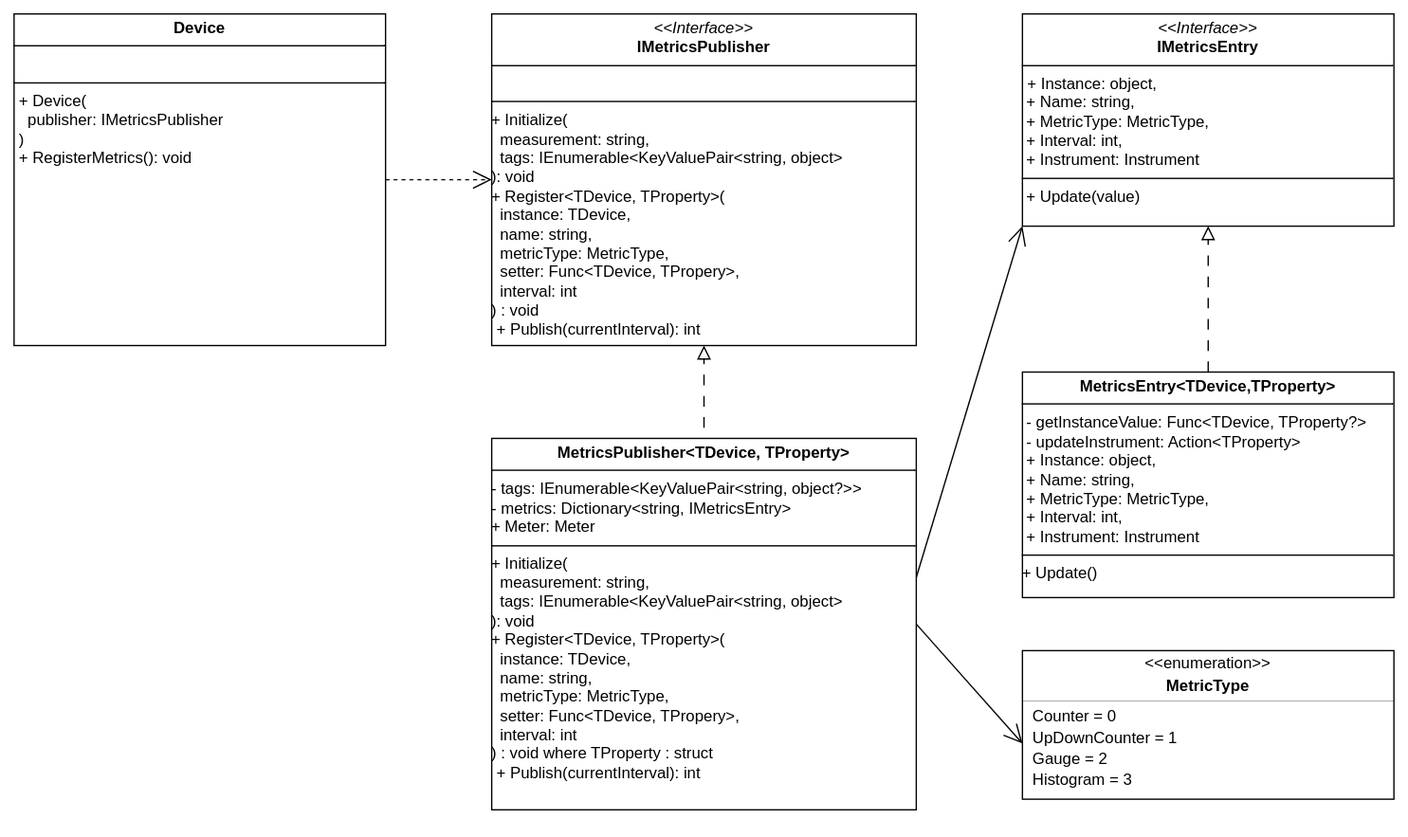
This is Docs/Metrics Publisher Design.drawio.svg from PKaelin/paskalon.ppc, a draw.io export, as it was before one commit. Source tidied: cells renumbered, new cells last; positions are measured from the earlier drawing's top-left corner, leaving out a move shared by most shapes. Its diagram source:
```xml
<mxGraphModel>
  <root>
    <mxCell id="0" />
    <mxCell id="1" parent="0" />
    <mxCell id="2" style="endArrow=block;html=1;rounded=0;endFill=0;startSize=8;endSize=8;dashed=1;dashPattern=8 8;entryX=0.5;entryY=1;entryDx=0;entryDy=0;exitX=0.5;exitY=0;exitDx=0;exitDy=0;" parent="1" edge="1" source="18" target="17">
      <mxGeometry relative="1" as="geometry" />
    </mxCell>
    <mxCell id="3" style="endArrow=open;endFill=1;endSize=12;html=1;rounded=0;entryX=0;entryY=1;entryDx=0;entryDy=0;exitX=0.994;exitY=0.397;exitDx=0;exitDy=0;exitPerimeter=0;" parent="1" edge="1" source="15" target="17">
      <mxGeometry relative="1" as="geometry" />
    </mxCell>
    <mxCell id="4" style="endArrow=block;html=1;rounded=0;endFill=0;startSize=8;endSize=8;dashed=1;dashPattern=8 8;exitX=0.5;exitY=1;exitDx=0;exitDy=0;entryX=0.5;entryY=1;entryDx=0;entryDy=0;" parent="1" edge="1" source="15" target="14">
      <mxGeometry relative="1" as="geometry" />
    </mxCell>
    <mxCell id="5" style="fontStyle=1;align=center;verticalAlign=middle;horizontal=1;" parent="1" vertex="1">
      <mxGeometry x="760" y="480" width="280" height="112" as="geometry" />
    </mxCell>
    <mxCell id="6" value="&amp;lt;&amp;lt;enumeration&amp;gt;&amp;gt;" style="html=1;align=center;spacing=0;verticalAlign=middle;strokeColor=none;fillColor=none;whiteSpace=wrap;" parent="5" vertex="1">
      <mxGeometry width="280" height="20" as="geometry" />
    </mxCell>
    <mxCell id="7" value="MetricType" style="html=1;align=center;spacing=0;verticalAlign=middle;strokeColor=none;fillColor=none;whiteSpace=wrap;fontStyle=1;" parent="5" vertex="1">
      <mxGeometry y="20" width="280" height="14" as="geometry" />
    </mxCell>
    <mxCell id="8" style="line;strokeWidth=0.25;fillColor=none;align=left;verticalAlign=middle;spacingTop=-1;spacingLeft=3;spacingRight=3;labelPosition=right;" parent="5" vertex="1">
      <mxGeometry y="34" width="280" height="8" as="geometry" />
    </mxCell>
    <mxCell id="9" value="Counter = 0" style="html=1;align=left;spacing=0;spacingLeft=8;verticalAlign=middle;strokeColor=none;fillColor=none;whiteSpace=wrap;" parent="5" vertex="1">
      <mxGeometry y="42" width="280" height="16" as="geometry" />
    </mxCell>
    <mxCell id="10" value="UpDownCounter = 1" style="html=1;align=left;spacing=0;spacingLeft=8;verticalAlign=middle;strokeColor=none;fillColor=none;whiteSpace=wrap;" parent="5" vertex="1">
      <mxGeometry y="58" width="280" height="16" as="geometry" />
    </mxCell>
    <mxCell id="11" value="Gauge = 2" style="html=1;align=left;spacing=0;spacingLeft=8;verticalAlign=middle;strokeColor=none;fillColor=none;whiteSpace=wrap;" parent="5" vertex="1">
      <mxGeometry y="74" width="280" height="16" as="geometry" />
    </mxCell>
    <mxCell id="12" value="Histogram = 3" style="html=1;align=left;spacing=0;spacingLeft=8;verticalAlign=middle;strokeColor=none;fillColor=none;whiteSpace=wrap;" parent="5" vertex="1">
      <mxGeometry y="90" width="280" height="16" as="geometry" />
    </mxCell>
    <mxCell id="13" style="html=1;align=left;spacing=0;spacingLeft=8;verticalAlign=middle;strokeColor=none;fillColor=none;whiteSpace=wrap;" parent="5" vertex="1">
      <mxGeometry y="106" width="280" height="6" as="geometry" />
    </mxCell>
    <mxCell id="14" value="&lt;p style=&quot;margin:0px;margin-top:4px;text-align:center;&quot;&gt;&lt;i&gt;&amp;lt;&amp;lt;Interface&amp;gt;&amp;gt;&lt;/i&gt;&lt;br&gt;&lt;span style=&quot;font-weight: 700;&quot;&gt;IMetricsPublisher&lt;/span&gt;&lt;/p&gt;&lt;hr size=&quot;1&quot; style=&quot;border-style:solid;&quot;&gt;&lt;p style=&quot;margin:0px;margin-left:4px;&quot;&gt;&lt;br&gt;&lt;/p&gt;&lt;hr size=&quot;1&quot; style=&quot;border-style:solid;&quot;&gt;&lt;div&gt;+ Initialize(&lt;/div&gt;&lt;div&gt;&amp;nbsp; measurement: string,&lt;/div&gt;&lt;div&gt;&amp;nbsp;&amp;nbsp;&lt;span style=&quot;background-color: transparent; color: light-dark(rgb(0, 0, 0), rgb(255, 255, 255));&quot;&gt;tags: IEnumerable&amp;lt;KeyValuePair&amp;lt;string, object&amp;gt;&lt;/span&gt;&lt;/div&gt;&lt;div&gt;&lt;span style=&quot;background-color: transparent; color: light-dark(rgb(0, 0, 0), rgb(255, 255, 255));&quot;&gt;): void&lt;/span&gt;&lt;/div&gt;&lt;div&gt;+ Register&amp;lt;TDevice, TProperty&amp;gt;(&lt;/div&gt;&lt;div&gt;&amp;nbsp; instance: &lt;span style=&quot;background-color: transparent; color: light-dark(rgb(0, 0, 0), rgb(255, 255, 255));&quot;&gt;TDevice&lt;/span&gt;&lt;span style=&quot;background-color: transparent; color: light-dark(rgb(0, 0, 0), rgb(255, 255, 255));&quot;&gt;,&lt;/span&gt;&lt;/div&gt;&lt;div&gt;&lt;span style=&quot;background-color: transparent; color: light-dark(rgb(0, 0, 0), rgb(255, 255, 255));&quot;&gt;&amp;nbsp; name: string,&lt;/span&gt;&lt;/div&gt;&lt;div&gt;&amp;nbsp; metricType: MetricType,&lt;span style=&quot;background-color: transparent; color: light-dark(rgb(0, 0, 0), rgb(255, 255, 255));&quot;&gt;&lt;/span&gt;&lt;/div&gt;&lt;div&gt;&lt;span style=&quot;background-color: transparent; color: light-dark(rgb(0, 0, 0), rgb(255, 255, 255));&quot;&gt;&amp;nbsp;&amp;nbsp;&lt;/span&gt;&lt;span style=&quot;background-color: transparent; color: light-dark(rgb(0, 0, 0), rgb(255, 255, 255));&quot;&gt;setter: Func&amp;lt;TDevice, TPropery&amp;gt;,&lt;/span&gt;&lt;/div&gt;&lt;div&gt;&lt;span style=&quot;background-color: transparent; color: light-dark(rgb(0, 0, 0), rgb(255, 255, 255));&quot;&gt;&amp;nbsp; interval: int&lt;/span&gt;&lt;/div&gt;&lt;div&gt;&lt;span style=&quot;background-color: transparent; color: light-dark(rgb(0, 0, 0), rgb(255, 255, 255));&quot;&gt;) : void&lt;/span&gt;&lt;/div&gt;&lt;p style=&quot;margin:0px;margin-left:4px;&quot;&gt;+ Publish(currentInterval): int&lt;/p&gt;" style="verticalAlign=top;align=left;overflow=fill;html=1;whiteSpace=wrap;" parent="1" vertex="1">
      <mxGeometry x="360" width="320" height="250" as="geometry" />
    </mxCell>
    <mxCell id="15" value="&lt;p style=&quot;margin:0px;margin-top:4px;text-align:center;&quot;&gt;&lt;span style=&quot;font-weight: 700;&quot;&gt;MetricsPublisher&amp;lt;TDevice, TProperty&amp;gt;&lt;/span&gt;&lt;/p&gt;&lt;hr size=&quot;1&quot; style=&quot;border-style:solid;&quot;&gt;&lt;div&gt;&lt;span style=&quot;background-color: transparent; color: light-dark(rgb(0, 0, 0), rgb(255, 255, 255));&quot;&gt;- tags: &lt;/span&gt;&lt;span style=&quot;background-color: transparent;&quot;&gt;IEnumerable&amp;lt;KeyValuePair&amp;lt;string, object?&amp;gt;&amp;gt;&lt;/span&gt;&lt;/div&gt;&lt;div&gt;&lt;span style=&quot;background-color: transparent; color: light-dark(rgb(0, 0, 0), rgb(255, 255, 255));&quot;&gt;- metrics: Dictionary&amp;lt;string, IMetricsEntry&amp;gt;&lt;/span&gt;&lt;/div&gt;&lt;div&gt;&lt;span style=&quot;background-color: transparent; color: light-dark(rgb(0, 0, 0), rgb(255, 255, 255));&quot;&gt;+ Meter: Meter&lt;/span&gt;&lt;/div&gt;&lt;hr size=&quot;1&quot; style=&quot;border-style:solid;&quot;&gt;&lt;div&gt;+ Initialize(&lt;/div&gt;&lt;div&gt;&amp;nbsp; measurement: string,&lt;/div&gt;&lt;div&gt;&amp;nbsp;&amp;nbsp;&lt;span style=&quot;background-color: transparent; color: light-dark(rgb(0, 0, 0), rgb(255, 255, 255));&quot;&gt;tags: IEnumerable&amp;lt;KeyValuePair&amp;lt;string, object&amp;gt;&lt;/span&gt;&lt;/div&gt;&lt;div&gt;&lt;span style=&quot;background-color: transparent; color: light-dark(rgb(0, 0, 0), rgb(255, 255, 255));&quot;&gt;): void&lt;/span&gt;&lt;/div&gt;&lt;div&gt;+ Register&amp;lt;TDevice, TProperty&amp;gt;(&lt;/div&gt;&lt;div&gt;&amp;nbsp; instance: &lt;span style=&quot;background-color: transparent; color: light-dark(rgb(0, 0, 0), rgb(255, 255, 255));&quot;&gt;TDevice&lt;/span&gt;&lt;span style=&quot;background-color: transparent; color: light-dark(rgb(0, 0, 0), rgb(255, 255, 255));&quot;&gt;,&lt;/span&gt;&lt;/div&gt;&lt;div&gt;&lt;span style=&quot;background-color: transparent; color: light-dark(rgb(0, 0, 0), rgb(255, 255, 255));&quot;&gt;&amp;nbsp; name: string,&lt;/span&gt;&lt;/div&gt;&lt;div&gt;&amp;nbsp; metricType: MetricType,&lt;span style=&quot;background-color: transparent; color: light-dark(rgb(0, 0, 0), rgb(255, 255, 255));&quot;&gt;&lt;/span&gt;&lt;/div&gt;&lt;div&gt;&lt;span style=&quot;background-color: transparent; color: light-dark(rgb(0, 0, 0), rgb(255, 255, 255));&quot;&gt;&amp;nbsp;&amp;nbsp;&lt;/span&gt;&lt;span style=&quot;background-color: transparent; color: light-dark(rgb(0, 0, 0), rgb(255, 255, 255));&quot;&gt;setter: Func&amp;lt;TDevice, TPropery&amp;gt;,&lt;/span&gt;&lt;/div&gt;&lt;div&gt;&lt;span style=&quot;background-color: transparent; color: light-dark(rgb(0, 0, 0), rgb(255, 255, 255));&quot;&gt;&amp;nbsp; interval: int&lt;/span&gt;&lt;/div&gt;&lt;div&gt;&lt;span style=&quot;background-color: transparent; color: light-dark(rgb(0, 0, 0), rgb(255, 255, 255));&quot;&gt;) : void&amp;nbsp;&lt;/span&gt;&lt;span style=&quot;background-color: transparent;&quot;&gt;where TProperty : struct&lt;/span&gt;&lt;/div&gt;&lt;p style=&quot;margin:0px;margin-left:4px;&quot;&gt;+ Publish(currentInterval): int&lt;/p&gt;" style="verticalAlign=top;align=left;overflow=fill;html=1;whiteSpace=wrap;" parent="1" vertex="1">
      <mxGeometry x="360" y="320" width="320" height="280" as="geometry" />
    </mxCell>
    <mxCell id="16" style="endArrow=open;endFill=1;endSize=12;html=1;rounded=0;entryX=0;entryY=0.75;entryDx=0;entryDy=0;exitX=1;exitY=0.5;exitDx=0;exitDy=0;" parent="1" edge="1" source="15" target="10">
      <mxGeometry relative="1" as="geometry" />
    </mxCell>
    <mxCell id="17" value="&lt;p style=&quot;margin:0px;margin-top:4px;text-align:center;&quot;&gt;&lt;i&gt;&amp;lt;&amp;lt;Interface&amp;gt;&amp;gt;&lt;/i&gt;&lt;br&gt;&lt;span style=&quot;font-weight: 700;&quot;&gt;IMetricsEntry&lt;/span&gt;&lt;/p&gt;&lt;hr size=&quot;1&quot; style=&quot;border-style:solid;&quot;&gt;&lt;p style=&quot;margin:0px;margin-left:4px;&quot;&gt;+ Instance: object,&lt;/p&gt;&lt;div&gt;&amp;nbsp;+ Name: string,&lt;div&gt;&amp;nbsp;+ MetricType: &lt;span style=&quot;background-color: transparent; color: light-dark(rgb(0, 0, 0), rgb(255, 255, 255));&quot;&gt;MetricType,&lt;/span&gt;&lt;/div&gt;&lt;/div&gt;&lt;div&gt;&lt;span style=&quot;background-color: transparent; color: light-dark(rgb(0, 0, 0), rgb(255, 255, 255));&quot;&gt;&amp;nbsp;+ Interval: int,&lt;/span&gt;&lt;/div&gt;&lt;div&gt;&lt;span style=&quot;background-color: transparent; color: light-dark(rgb(0, 0, 0), rgb(255, 255, 255));&quot;&gt;&amp;nbsp;+ Instrument: &lt;/span&gt;&lt;span style=&quot;background-color: transparent; color: light-dark(rgb(0, 0, 0), rgb(255, 255, 255));&quot;&gt;Instrument&lt;/span&gt;&lt;/div&gt;&lt;hr size=&quot;1&quot; style=&quot;border-style:solid;&quot;&gt;&lt;div&gt;&amp;nbsp;+ Update(value)&lt;/div&gt;" style="verticalAlign=top;align=left;overflow=fill;html=1;whiteSpace=wrap;" parent="1" vertex="1">
      <mxGeometry x="760" width="280" height="160" as="geometry" />
    </mxCell>
    <mxCell id="18" value="&lt;p style=&quot;margin:0px;margin-top:4px;text-align:center;&quot;&gt;&lt;span style=&quot;font-weight: 700;&quot;&gt;MetricsEntry&amp;lt;TDevice,TProperty&amp;gt;&lt;/span&gt;&lt;/p&gt;&lt;hr size=&quot;1&quot; style=&quot;border-style:solid;&quot;&gt;&lt;div&gt;&lt;div&gt;&amp;nbsp;- getInstanceValue: Func&amp;lt;TDevice, TProperty?&amp;gt;&lt;/div&gt;&lt;div&gt;&amp;nbsp;- updateInstrument: Action&amp;lt;TProperty&amp;gt;&lt;/div&gt;&amp;nbsp;+ Instance: object,&lt;div&gt;&amp;nbsp;+ Name: string,&lt;div&gt;&amp;nbsp;+ MetricType: &lt;span style=&quot;background-color: transparent; color: light-dark(rgb(0, 0, 0), rgb(255, 255, 255));&quot;&gt;MetricType,&lt;/span&gt;&lt;/div&gt;&lt;/div&gt;&lt;div&gt;&lt;span style=&quot;background-color: transparent; color: light-dark(rgb(0, 0, 0), rgb(255, 255, 255));&quot;&gt;&amp;nbsp;+ Interval: int,&lt;/span&gt;&lt;/div&gt;&lt;div&gt;&lt;span style=&quot;background-color: transparent; color: light-dark(rgb(0, 0, 0), rgb(255, 255, 255));&quot;&gt;&amp;nbsp;+ Instrument: &lt;/span&gt;&lt;span style=&quot;background-color: transparent; color: light-dark(rgb(0, 0, 0), rgb(255, 255, 255));&quot;&gt;Instrument&lt;/span&gt;&lt;/div&gt;&lt;/div&gt;&lt;hr size=&quot;1&quot; style=&quot;border-style:solid;&quot;&gt;&lt;div&gt;&lt;span style=&quot;background-color: transparent; color: light-dark(rgb(0, 0, 0), rgb(255, 255, 255));&quot;&gt;+ Update()&lt;/span&gt;&lt;/div&gt;" style="verticalAlign=top;align=left;overflow=fill;html=1;whiteSpace=wrap;" parent="1" vertex="1">
      <mxGeometry x="760" y="270" width="280" height="170" as="geometry" />
    </mxCell>
    <mxCell id="19" value="&lt;p style=&quot;margin:0px;margin-top:4px;text-align:center;&quot;&gt;&lt;b&gt;Device&lt;/b&gt;&lt;/p&gt;&lt;hr size=&quot;1&quot; style=&quot;border-style:solid;&quot;&gt;&lt;p style=&quot;margin:0px;margin-left:4px;&quot;&gt;&lt;br&gt;&lt;/p&gt;&lt;hr size=&quot;1&quot; style=&quot;border-style:solid;&quot;&gt;&lt;p style=&quot;margin:0px;margin-left:4px;&quot;&gt;+&amp;nbsp;&lt;span style=&quot;text-align: center;&quot;&gt;Device&lt;/span&gt;(&lt;/p&gt;&lt;p style=&quot;margin:0px;margin-left:4px;&quot;&gt;&amp;nbsp; publisher: IMetricsPublisher&lt;/p&gt;&lt;p style=&quot;margin:0px;margin-left:4px;&quot;&gt;)&lt;/p&gt;&lt;p style=&quot;margin:0px;margin-left:4px;&quot;&gt;+ RegisterMetrics(): void&lt;/p&gt;" style="verticalAlign=top;align=left;overflow=fill;html=1;whiteSpace=wrap;" parent="1" vertex="1">
      <mxGeometry width="280" height="250" as="geometry" />
    </mxCell>
    <mxCell id="20" style="endArrow=open;dashed=1;endFill=0;endSize=12;html=1;rounded=0;exitX=1;exitY=0.5;exitDx=0;exitDy=0;entryX=0;entryY=0.5;entryDx=0;entryDy=0;" parent="1" edge="1" source="19" target="14">
      <mxGeometry relative="1" as="geometry" />
    </mxCell>
  </root>
</mxGraphModel>
```
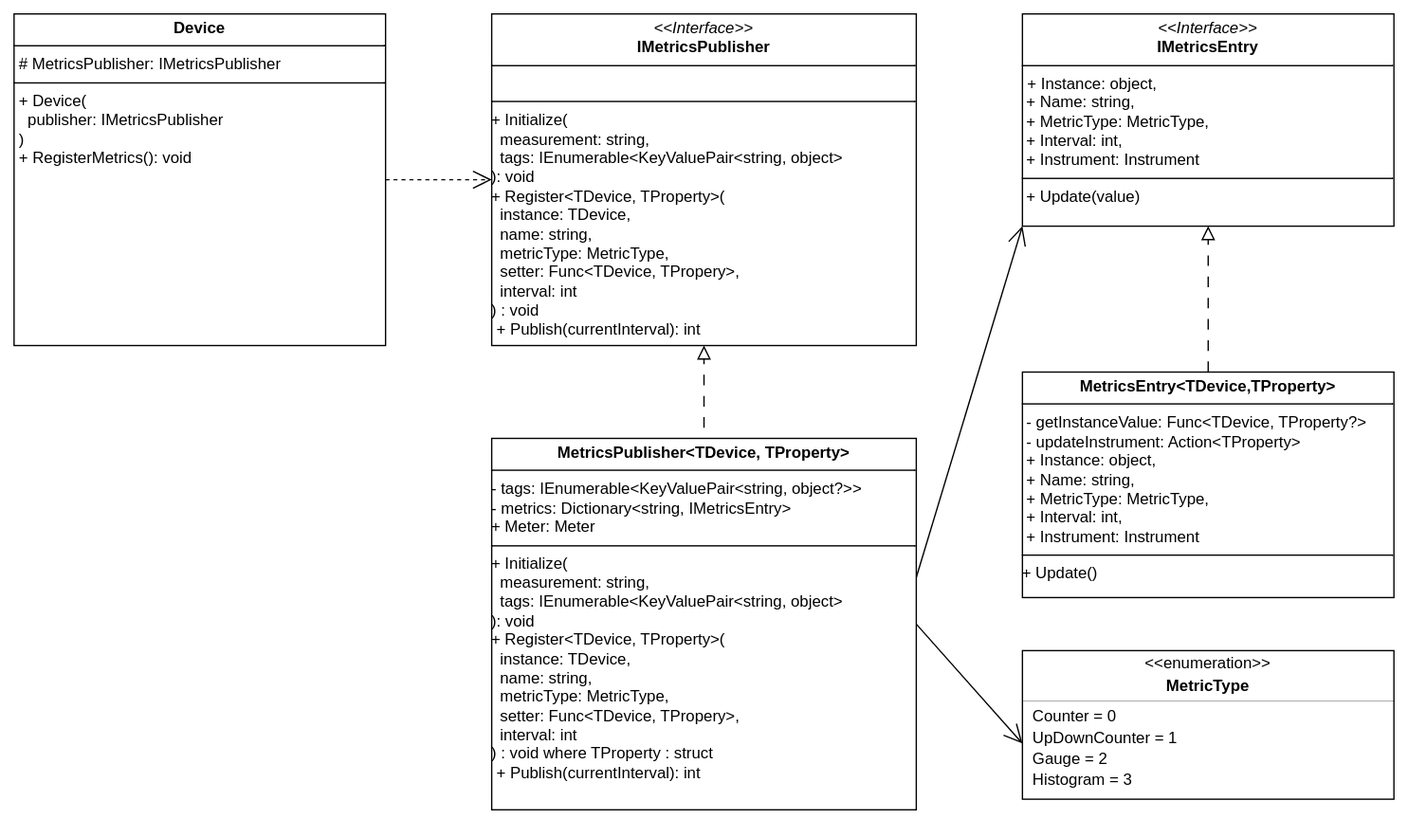
Later version of the same file.

What changed in the source:
```diff
@@ -53,7 +53,7 @@
     <mxCell id="18" value="&lt;p style=&quot;margin:0px;margin-top:4px;text-align:center;&quot;&gt;&lt;span style=&quot;font-weight: 700;&quot;&gt;MetricsEntry&amp;lt;TDevice,TProperty&amp;gt;&lt;/span&gt;&lt;/p&gt;&lt;hr size=&quot;1&quot; style=&quot;border-style:solid;&quot;&gt;&lt;div&gt;&lt;div&gt;&amp;nbsp;- getInstanceValue: Func&amp;lt;TDevice, TProperty?&amp;gt;&lt;/div&gt;&lt;div&gt;&amp;nbsp;- updateInstrument: Action&amp;lt;TProperty&amp;gt;&lt;/div&gt;&amp;nbsp;+ Instance: object,&lt;div&gt;&amp;nbsp;+ Name: string,&lt;div&gt;&amp;nbsp;+ MetricType: &lt;span style=&quot;background-color: transparent; color: light-dark(rgb(0, 0, 0), rgb(255, 255, 255));&quot;&gt;MetricType,&lt;/span&gt;&lt;/div&gt;&lt;/div&gt;&lt;div&gt;&lt;span style=&quot;background-color: transparent; color: light-dark(rgb(0, 0, 0), rgb(255, 255, 255));&quot;&gt;&amp;nbsp;+ Interval: int,&lt;/span&gt;&lt;/div&gt;&lt;div&gt;&lt;span style=&quot;background-color: transparent; color: light-dark(rgb(0, 0, 0), rgb(255, 255, 255));&quot;&gt;&amp;nbsp;+ Instrument: &lt;/span&gt;&lt;span style=&quot;background-color: transparent; color: light-dark(rgb(0, 0, 0), rgb(255, 255, 255));&quot;&gt;Instrument&lt;/span&gt;&lt;/div&gt;&lt;/div&gt;&lt;hr size=&quot;1&quot; style=&quot;border-style:solid;&quot;&gt;&lt;div&gt;&lt;span style=&quot;background-color: transparent; color: light-dark(rgb(0, 0, 0), rgb(255, 255, 255));&quot;&gt;+ Update()&lt;/span&gt;&lt;/div&gt;" style="verticalAlign=top;align=left;overflow=fill;html=1;whiteSpace=wrap;" parent="1" vertex="1">
       <mxGeometry x="760" y="270" width="280" height="170" as="geometry" />
     </mxCell>
-    <mxCell id="19" value="&lt;p style=&quot;margin:0px;margin-top:4px;text-align:center;&quot;&gt;&lt;b&gt;Device&lt;/b&gt;&lt;/p&gt;&lt;hr size=&quot;1&quot; style=&quot;border-style:solid;&quot;&gt;&lt;p style=&quot;margin:0px;margin-left:4px;&quot;&gt;&lt;br&gt;&lt;/p&gt;&lt;hr size=&quot;1&quot; style=&quot;border-style:solid;&quot;&gt;&lt;p style=&quot;margin:0px;margin-left:4px;&quot;&gt;+&amp;nbsp;&lt;span style=&quot;text-align: center;&quot;&gt;Device&lt;/span&gt;(&lt;/p&gt;&lt;p style=&quot;margin:0px;margin-left:4px;&quot;&gt;&amp;nbsp; publisher: IMetricsPublisher&lt;/p&gt;&lt;p style=&quot;margin:0px;margin-left:4px;&quot;&gt;)&lt;/p&gt;&lt;p style=&quot;margin:0px;margin-left:4px;&quot;&gt;+ RegisterMetrics(): void&lt;/p&gt;" style="verticalAlign=top;align=left;overflow=fill;html=1;whiteSpace=wrap;" parent="1" vertex="1">
+    <mxCell id="19" value="&lt;p style=&quot;margin:0px;margin-top:4px;text-align:center;&quot;&gt;&lt;b&gt;Device&lt;/b&gt;&lt;/p&gt;&lt;hr size=&quot;1&quot; style=&quot;border-style:solid;&quot;&gt;&lt;p style=&quot;margin:0px;margin-left:4px;&quot;&gt;#&amp;nbsp;&lt;span style=&quot;background-color: transparent; color: light-dark(rgb(0, 0, 0), rgb(255, 255, 255));&quot;&gt;MetricsPublisher:&amp;nbsp;&lt;/span&gt;&lt;span style=&quot;background-color: transparent; color: light-dark(rgb(0, 0, 0), rgb(255, 255, 255));&quot;&gt;IMetricsPublisher&lt;/span&gt;&lt;/p&gt;&lt;hr size=&quot;1&quot; style=&quot;border-style:solid;&quot;&gt;&lt;p style=&quot;margin:0px;margin-left:4px;&quot;&gt;+&amp;nbsp;&lt;span style=&quot;text-align: center;&quot;&gt;Device&lt;/span&gt;(&lt;/p&gt;&lt;p style=&quot;margin:0px;margin-left:4px;&quot;&gt;&amp;nbsp; publisher: IMetricsPublisher&lt;/p&gt;&lt;p style=&quot;margin:0px;margin-left:4px;&quot;&gt;)&lt;/p&gt;&lt;p style=&quot;margin:0px;margin-left:4px;&quot;&gt;+ RegisterMetrics(): void&lt;/p&gt;" style="verticalAlign=top;align=left;overflow=fill;html=1;whiteSpace=wrap;" parent="1" vertex="1">
       <mxGeometry width="280" height="250" as="geometry" />
     </mxCell>
     <mxCell id="20" style="endArrow=open;dashed=1;endFill=0;endSize=12;html=1;rounded=0;exitX=1;exitY=0.5;exitDx=0;exitDy=0;entryX=0;entryY=0.5;entryDx=0;entryDy=0;" parent="1" edge="1" source="19" target="14">
```
